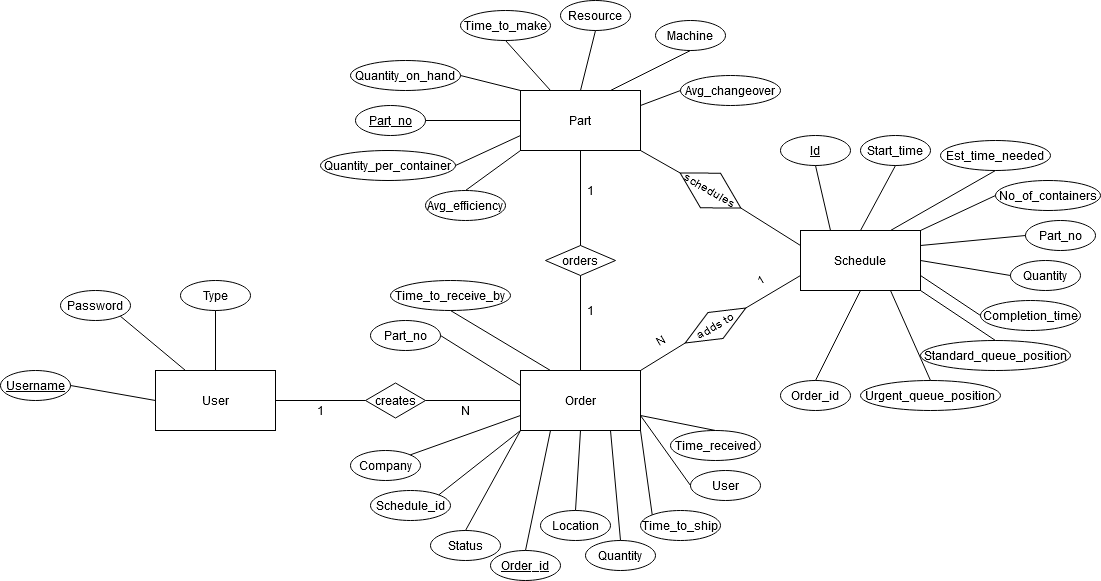
Earlier version of the draw.io export ER Diagram.png (TwistedRazors/Schedule-Me). Source tidied: cells renumbered, new cells last; positions are measured from the earlier drawing's top-left corner, leaving out a move shared by most shapes.
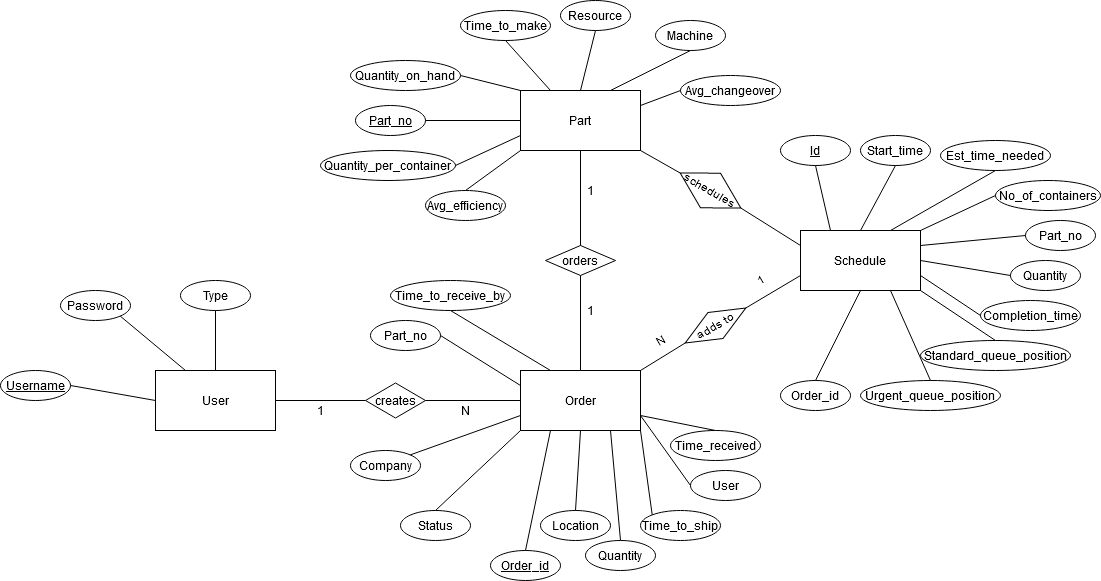
After the change.

What changed in the source:
```diff
@@ -102,14 +102,11 @@
       <mxGeometry x="540" y="510" width="70" height="30" as="geometry" />
     </mxCell>
     <mxCell id="35" value="Status" style="ellipse;whiteSpace=wrap;html=1;" parent="1" vertex="1">
-      <mxGeometry x="430" y="530" width="70" height="30" as="geometry" />
+      <mxGeometry x="400" y="510" width="70" height="30" as="geometry" />
     </mxCell>
     <mxCell id="36" value="Company" style="ellipse;whiteSpace=wrap;html=1;" parent="1" vertex="1">
       <mxGeometry x="350" y="450" width="70" height="30" as="geometry" />
     </mxCell>
-    <mxCell id="37" value="Schedule_id" style="ellipse;whiteSpace=wrap;html=1;" parent="1" vertex="1">
-      <mxGeometry x="370" y="490" width="80" height="30" as="geometry" />
-    </mxCell>
     <mxCell id="38" style="endArrow=none;html=1;exitX=0.5;exitY=1;exitDx=0;exitDy=0;entryX=0.5;entryY=0;entryDx=0;entryDy=0;" parent="1" edge="1" source="7" target="2">
       <mxGeometry relative="1" as="geometry" />
     </mxCell>
@@ -146,9 +143,6 @@
     <mxCell id="49" style="endArrow=none;html=1;exitX=0.5;exitY=1;exitDx=0;exitDy=0;entryX=0.25;entryY=0;entryDx=0;entryDy=0;" parent="1" edge="1" source="31" target="5">
       <mxGeometry relative="1" as="geometry" />
     </mxCell>
-    <mxCell id="50" style="endArrow=none;html=1;exitX=1;exitY=0;exitDx=0;exitDy=0;entryX=0;entryY=1;entryDx=0;entryDy=0;" parent="1" edge="1" source="37" target="5">
-      <mxGeometry relative="1" as="geometry" />
-    </mxCell>
     <mxCell id="51" style="endArrow=none;html=1;exitX=1;exitY=0;exitDx=0;exitDy=0;entryX=0;entryY=0.75;entryDx=0;entryDy=0;" parent="1" edge="1" source="36" target="5">
       <mxGeometry relative="1" as="geometry" />
     </mxCell>
```
